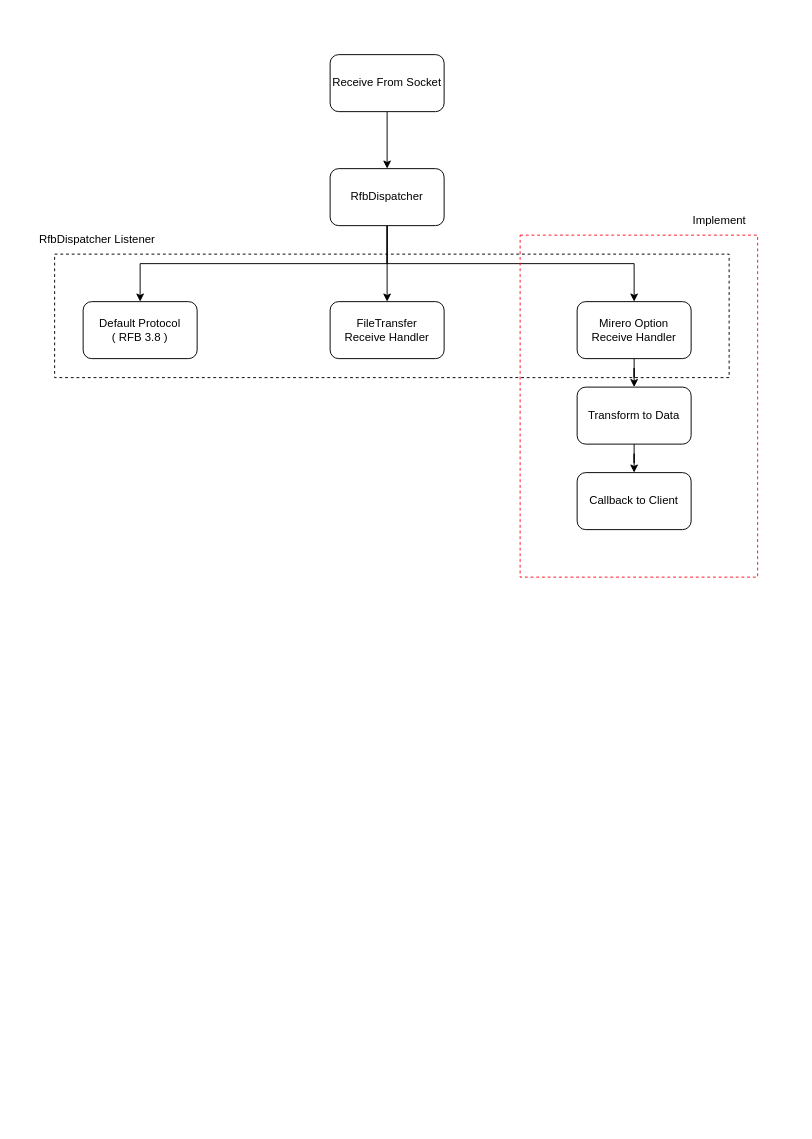
Before: UML/mirero/SwRcs.drawio in rhkdguskim/Study, a draw.io diagram. Source tidied: cells renumbered, new cells numbered last; positions are measured from the earlier drawing's top-left corner, leaving out a move shared by most shapes. Both pictures are drawn from the tidied source at 95%, with x=0, y=0 at pixel (35, 54).
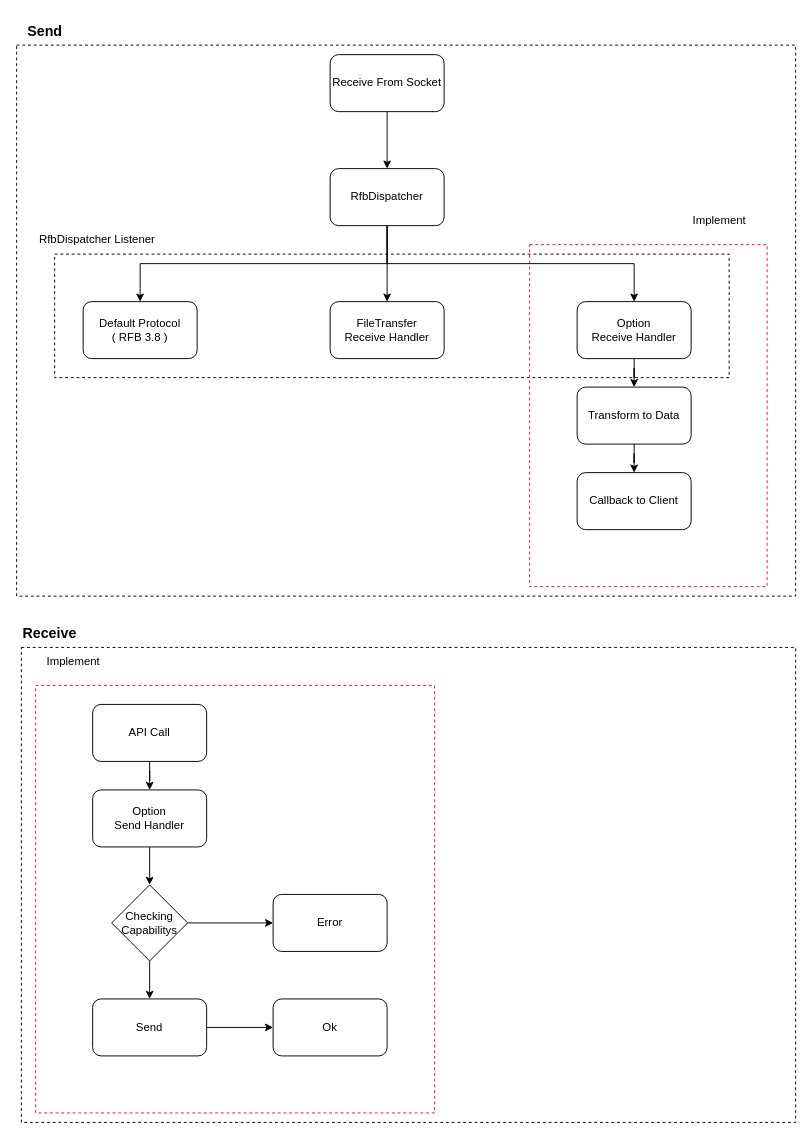
The same diagram, later.

Diff of the diagram source:
```diff
@@
+    <mxCell id="17" style="rounded=0;whiteSpace=wrap;html=1;dashed=1;fillColor=none;strokeColor=#FF0F1F;" parent="1" vertex="1">
+      <mxGeometry y="664" width="420" height="450" as="geometry" />
+    </mxCell>
+    <mxCell id="19" style="rounded=0;whiteSpace=wrap;html=1;dashed=1;fillColor=none;" parent="1" vertex="1">
+      <mxGeometry x="-15" y="624" width="815" height="500" as="geometry" />
+    </mxCell>
+    <mxCell id="15" style="rounded=0;whiteSpace=wrap;html=1;dashed=1;fillColor=none;" parent="1" vertex="1">
+      <mxGeometry x="20" y="210" width="710" height="130" as="geometry" />
+    </mxCell>
+    <mxCell id="20" style="rounded=0;whiteSpace=wrap;html=1;dashed=1;fillColor=none;strokeColor=#FF0F1F;" parent="1" vertex="1">
+      <mxGeometry x="520" y="200" width="250" height="360" as="geometry" />
+    </mxCell>
+    <mxCell id="21" style="rounded=0;whiteSpace=wrap;html=1;dashed=1;fillColor=none;" parent="1" vertex="1">
+      <mxGeometry x="-20" y="-10" width="820" height="580" as="geometry" />
+    </mxCell>
@@
-    <mxCell id="10" value="Mirero Option&lt;br&gt;Receive Handler" style="rounded=1;whiteSpace=wrap;html=1;" parent="1" vertex="1">
+    <mxCell id="10" value="Option&lt;br&gt;Receive Handler" style="rounded=1;whiteSpace=wrap;html=1;" parent="1" vertex="1">
       <mxGeometry x="570" y="260" width="120" height="60" as="geometry" />
     </mxCell>
@@
-    <mxCell id="15" style="rounded=0;whiteSpace=wrap;html=1;dashed=1;fillColor=none;" parent="1" vertex="1">
-      <mxGeometry x="20" y="210" width="710" height="130" as="geometry" />
-    </mxCell>
@@
-    <mxCell id="17" style="rounded=0;whiteSpace=wrap;html=1;dashed=1;fillColor=none;strokeColor=#FF0F1F;" parent="1" vertex="1">
-      <mxGeometry x="510" y="190" width="250" height="360" as="geometry" />
-    </mxCell>
@@
+    <mxCell id="22" style="edgeStyle=orthogonalEdgeStyle;rounded=0;jettySize=auto;html=1;" parent="1" edge="1" source="23" target="25">
+      <mxGeometry relative="1" as="geometry" />
+    </mxCell>
+    <mxCell id="23" value="API Call" style="rounded=1;whiteSpace=wrap;html=1;" parent="1" vertex="1">
+      <mxGeometry x="60" y="684" width="120" height="60" as="geometry" />
+    </mxCell>
+    <mxCell id="24" style="edgeStyle=orthogonalEdgeStyle;rounded=0;jettySize=auto;html=1;" parent="1" edge="1" source="25" target="28">
+      <mxGeometry relative="1" as="geometry" />
+    </mxCell>
+    <mxCell id="25" value="Option&lt;br&gt;&lt;span style=&quot;background-color: initial;&quot;&gt;Send Handler&lt;/span&gt;" style="rounded=1;whiteSpace=wrap;html=1;" parent="1" vertex="1">
+      <mxGeometry x="60" y="774" width="120" height="60" as="geometry" />
+    </mxCell>
+    <mxCell id="26" style="edgeStyle=orthogonalEdgeStyle;rounded=0;jettySize=auto;html=1;" parent="1" edge="1" source="28" target="30">
+      <mxGeometry relative="1" as="geometry" />
+    </mxCell>
+    <mxCell id="27" style="edgeStyle=orthogonalEdgeStyle;rounded=0;jettySize=auto;html=1;" parent="1" edge="1" source="28" target="32">
+      <mxGeometry relative="1" as="geometry" />
+    </mxCell>
+    <mxCell id="28" value="Checking&lt;br&gt;Capabilitys" style="rhombus;whiteSpace=wrap;html=1;" parent="1" vertex="1">
+      <mxGeometry x="80" y="874" width="80" height="80" as="geometry" />
+    </mxCell>
+    <mxCell id="29" style="edgeStyle=orthogonalEdgeStyle;rounded=0;jettySize=auto;html=1;entryX=0;entryY=0.5;entryDx=0;entryDy=0;" parent="1" edge="1" source="30" target="31">
+      <mxGeometry relative="1" as="geometry" />
+    </mxCell>
+    <mxCell id="30" value="Send" style="rounded=1;whiteSpace=wrap;html=1;" parent="1" vertex="1">
+      <mxGeometry x="60" y="994" width="120" height="60" as="geometry" />
+    </mxCell>
+    <mxCell id="31" value="Ok" style="rounded=1;whiteSpace=wrap;html=1;" parent="1" vertex="1">
+      <mxGeometry x="250" y="994" width="120" height="60" as="geometry" />
+    </mxCell>
+    <mxCell id="32" value="Error" style="rounded=1;whiteSpace=wrap;html=1;" parent="1" vertex="1">
+      <mxGeometry x="250" y="884" width="120" height="60" as="geometry" />
+    </mxCell>
+    <mxCell id="33" value="Implement" style="text;html=1;align=center;verticalAlign=middle;whiteSpace=wrap;rounded=0;" parent="1" vertex="1">
+      <mxGeometry y="624" width="80" height="30" as="geometry" />
+    </mxCell>
+    <mxCell id="34" value="Receive" style="text;html=1;align=center;verticalAlign=middle;whiteSpace=wrap;rounded=0;fontSize=15;fontStyle=1;" parent="1" vertex="1">
+      <mxGeometry x="-15" y="594" width="60" height="30" as="geometry" />
+    </mxCell>
+    <mxCell id="35" value="Send" style="text;html=1;align=center;verticalAlign=middle;whiteSpace=wrap;rounded=0;fontSize=15;fontStyle=1;" parent="1" vertex="1">
+      <mxGeometry x="-20" y="-40" width="60" height="30" as="geometry" />
+    </mxCell>
```
